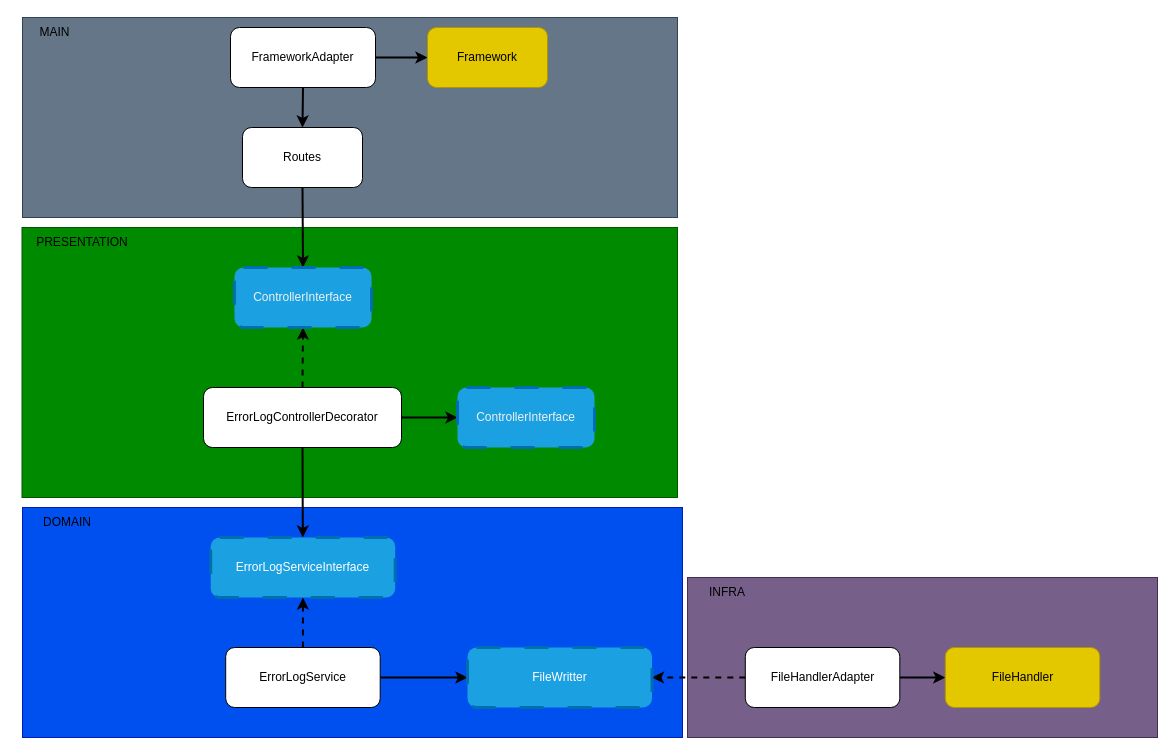
Before: diagrams/error-log.drawio in DouglasVolcato/node-tdd-clean-architecture, a draw.io diagram. Source tidied: cells renumbered, new cells numbered last; positions are measured from the earlier drawing's top-left corner, leaving out a move shared by most shapes. Both pictures are drawn from the tidied source at 100%, with x=0, y=0 at pixel (21, 17).
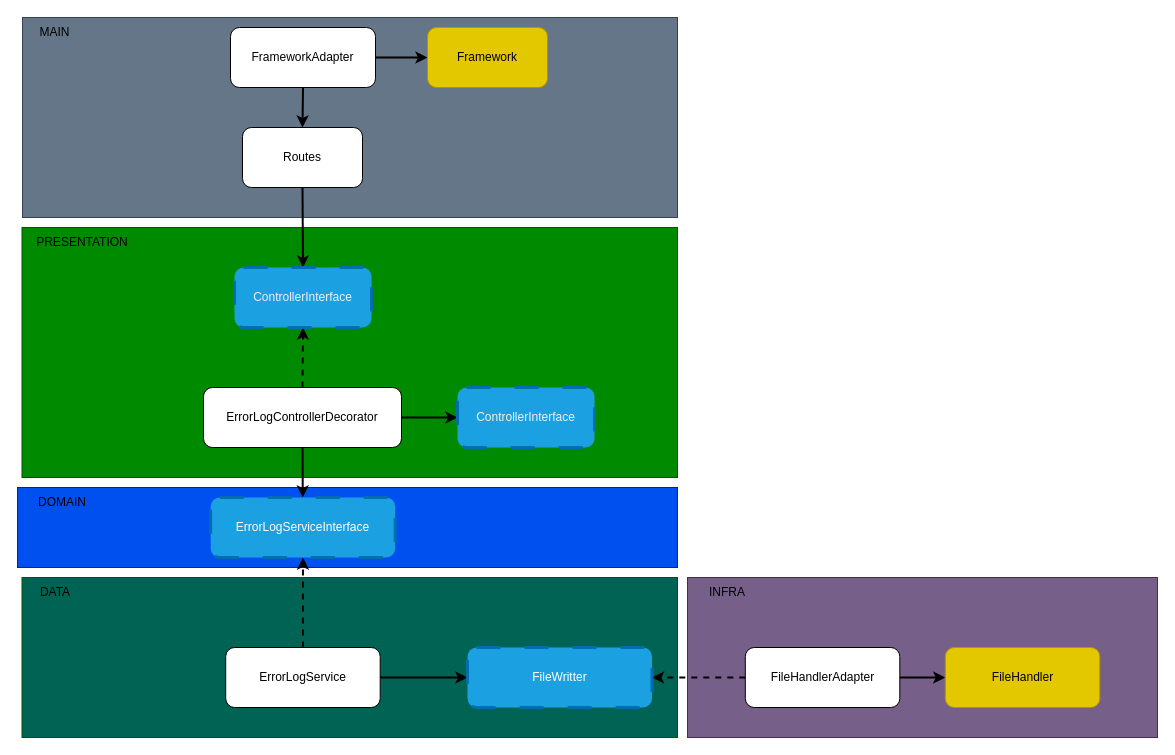
After the change.

What changed in the source:
```diff
@@
+    <mxCell id="31" style="rounded=0;whiteSpace=wrap;html=1;fillColor=#006353;fontColor=#ffffff;strokeColor=#005700;" parent="1" vertex="1">
+      <mxGeometry x="0.5" y="560" width="655.5" height="160" as="geometry" />
+    </mxCell>
@@
     <mxCell id="3" style="rounded=0;whiteSpace=wrap;html=1;fillColor=#0050ef;fontColor=#ffffff;strokeColor=#001DBC;" parent="1" vertex="1">
-      <mxGeometry x="1" y="490" width="660" height="230" as="geometry" />
+      <mxGeometry x="-4" y="470" width="660" height="80" as="geometry" />
     </mxCell>
     <mxCell id="4" style="rounded=0;whiteSpace=wrap;html=1;fillColor=#008a00;fontColor=#ffffff;strokeColor=#005700;" parent="1" vertex="1">
-      <mxGeometry x="0.5" y="210" width="655.5" height="270" as="geometry" />
+      <mxGeometry x="0.5" y="210" width="655.5" height="250" as="geometry" />
     </mxCell>
@@
     <mxCell id="24" value="DOMAIN" style="text;html=1;strokeColor=none;fillColor=none;align=center;verticalAlign=middle;whiteSpace=wrap;rounded=0;" parent="1" vertex="1">
-      <mxGeometry x="1" y="490" width="90" height="30" as="geometry" />
+      <mxGeometry x="-4" y="470" width="90" height="30" as="geometry" />
     </mxCell>
@@
     <mxCell id="27" value="ErrorLogServiceInterface" style="rounded=1;whiteSpace=wrap;html=1;dashed=1;dashPattern=8 8;strokeWidth=3;fillColor=#1ba1e2;fontColor=#ffffff;strokeColor=#006EAF;" parent="1" vertex="1">
-      <mxGeometry x="189.2" y="520" width="184.5" height="60" as="geometry" />
+      <mxGeometry x="189.2" y="480" width="184.5" height="60" as="geometry" />
     </mxCell>
@@
+    <mxCell id="32" value="DATA" style="text;html=1;strokeColor=none;fillColor=none;align=center;verticalAlign=middle;whiteSpace=wrap;rounded=0;" parent="1" vertex="1">
+      <mxGeometry x="0.5" y="560" width="65.5" height="30" as="geometry" />
+    </mxCell>
```
